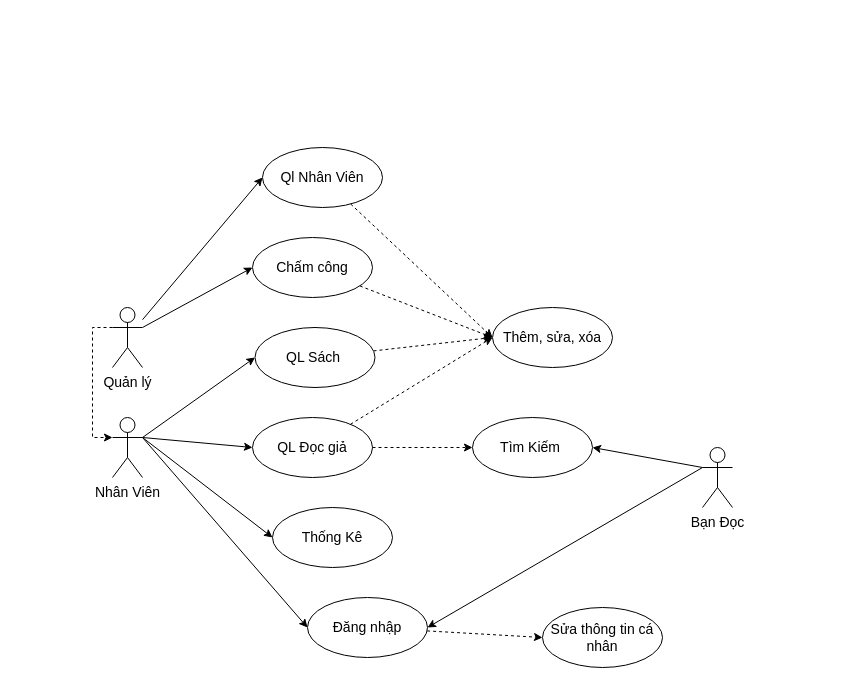
Earlier version of the draw.io diagram Untitled Diagram.drawio (Ho-Nguyen-Quoc/Du_An_1). Source tidied: cells renumbered, new cells numbered last; positions are measured from the earlier drawing's top-left corner, leaving out a move shared by most shapes. Both pictures are drawn from the tidied source at 100%, with x=0, y=0 at pixel (112, 147).
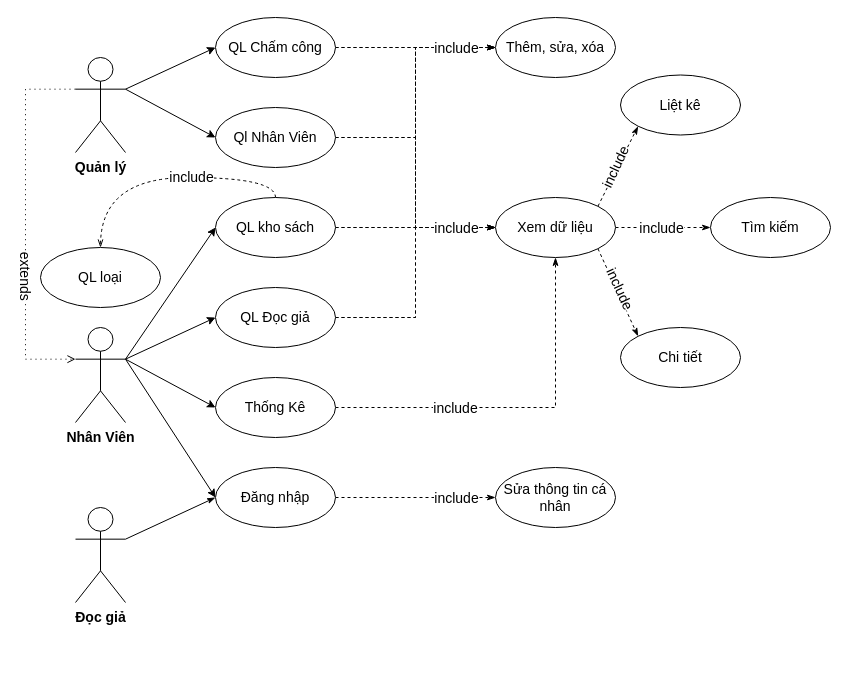
Above is the later version.

Diff of the diagram source:
```diff
@@
-    <mxCell id="2" style="rounded=0;jettySize=auto;html=1;entryX=0;entryY=0.5;entryDx=0;entryDy=0;labelBackgroundColor=default;fontColor=default;strokeColor=default;exitX=1;exitY=0.3333333333333333;exitDx=0;exitDy=0;exitPerimeter=0;" parent="1" edge="1" source="4" target="9">
+    <mxCell id="2" style="rounded=0;jettySize=auto;html=1;entryX=0;entryY=0.5;entryDx=0;entryDy=0;labelBackgroundColor=default;fontColor=default;strokeColor=default;exitX=1;exitY=0.3333333333333333;exitDx=0;exitDy=0;exitPerimeter=0;fontSize=14;" parent="1" edge="1" source="4" target="9">
       <mxGeometry relative="1" as="geometry" />
     </mxCell>
@@
-    <mxCell id="4" value="Nhân Viên" style="shape=umlActor;verticalLabelPosition=bottom;verticalAlign=top;html=1;fillColor=default;strokeColor=default;fontColor=default;fontSize=14;" parent="1" vertex="1">
-      <mxGeometry y="270" width="30" height="60" as="geometry" />
+    <mxCell id="4" value="Nhân Viên" style="shape=umlActor;verticalLabelPosition=bottom;verticalAlign=top;html=1;fillColor=default;strokeColor=default;fontColor=default;fontSize=14;fontStyle=1;" parent="1" vertex="1">
+      <mxGeometry x="-37" y="180" width="50" height="95" as="geometry" />
     </mxCell>
-    <mxCell id="5" style="edgeStyle=none;rounded=0;jettySize=auto;html=1;exitX=0;exitY=0.3333333333333333;exitDx=0;exitDy=0;exitPerimeter=0;fontSize=14;entryX=1;entryY=0.5;entryDx=0;entryDy=0;" parent="1" edge="1" source="7" target="13">
-      <mxGeometry relative="1" as="geometry" />
-    </mxCell>
-    <mxCell id="6" style="edgeStyle=none;rounded=0;jettySize=auto;html=1;exitX=0;exitY=0.3333333333333333;exitDx=0;exitDy=0;exitPerimeter=0;entryX=1;entryY=0.5;entryDx=0;entryDy=0;fontSize=14;" parent="1" edge="1" source="7" target="20">
+    <mxCell id="6" style="edgeStyle=none;rounded=0;jettySize=auto;html=1;exitX=1;exitY=0.3333333333333333;exitDx=0;exitDy=0;exitPerimeter=0;entryX=0;entryY=0.5;entryDx=0;entryDy=0;fontSize=14;endArrow=classicThin;endFill=1;" parent="1" edge="1" source="7" target="20">
       <mxGeometry relative="1" as="geometry" />
     </mxCell>
-    <mxCell id="7" value="Bạn Đọc" style="shape=umlActor;verticalLabelPosition=bottom;verticalAlign=top;html=1;fillColor=default;strokeColor=default;fontColor=default;fontSize=14;" parent="1" vertex="1">
-      <mxGeometry x="590" y="300" width="30" height="60" as="geometry" />
+    <mxCell id="7" value="Đọc giả" style="shape=umlActor;verticalLabelPosition=bottom;verticalAlign=top;html=1;fillColor=default;strokeColor=default;fontColor=default;fontSize=14;fontStyle=1;" parent="1" vertex="1">
+      <mxGeometry x="-37" y="360" width="50" height="95" as="geometry" />
     </mxCell>
-    <mxCell id="8" style="edgeStyle=none;rounded=0;jettySize=auto;html=1;entryX=0;entryY=0.5;entryDx=0;entryDy=0;dashed=1;fontSize=14;" parent="1" edge="1" source="9" target="27">
+    <mxCell id="8" style="edgeStyle=orthogonalEdgeStyle;rounded=0;jettySize=auto;html=1;entryX=0;entryY=0.5;entryDx=0;entryDy=0;dashed=1;fontSize=14;endArrow=classicThin;endFill=1;" parent="1" edge="1" source="9" target="27">
       <mxGeometry relative="1" as="geometry" />
     </mxCell>
+    <mxCell id="29" style="edgeStyle=orthogonalEdgeStyle;rounded=0;jettySize=auto;html=1;entryX=0;entryY=0.5;entryDx=0;entryDy=0;dashed=1;fontSize=14;endArrow=classicThin;endFill=1;" parent="1" edge="1" source="9" target="13">
+      <mxGeometry relative="1" as="geometry" />
+    </mxCell>
+    <mxCell id="30" style="edgeStyle=orthogonalEdgeStyle;rounded=0;jumpSize=16;jettySize=auto;html=1;exitX=0.5;exitY=0;exitDx=0;exitDy=0;entryX=0.5;entryY=0;entryDx=0;entryDy=0;dashed=1;fontSize=14;endArrow=openThin;endFill=0;curved=1;" parent="1" edge="1" source="9" target="50">
+      <mxGeometry relative="1" as="geometry" />
+    </mxCell>
+    <mxCell id="31" value="include" style="edgeLabel;html=1;align=center;verticalAlign=middle;fontSize=14;" parent="30" vertex="1">
+      <mxGeometry x="0.22" y="-1" relative="1" as="geometry">
+        <mxPoint x="57" as="offset" />
+      </mxGeometry>
+    </mxCell>
-    <mxCell id="9" value="QL Sách&amp;nbsp;" style="ellipse;whiteSpace=wrap;html=1;fontColor=default;strokeColor=default;fillColor=default;fontSize=14;" parent="1" vertex="1">
-      <mxGeometry x="142.5" y="180" width="120" height="60" as="geometry" />
+    <mxCell id="9" value="QL kho sách" style="ellipse;whiteSpace=wrap;html=1;fontColor=default;strokeColor=default;fillColor=default;fontSize=14;" parent="1" vertex="1">
+      <mxGeometry x="103" y="50" width="120" height="60" as="geometry" />
     </mxCell>
-    <mxCell id="10" style="edgeStyle=none;rounded=0;jettySize=auto;html=1;entryX=0;entryY=0.5;entryDx=0;entryDy=0;dashed=1;fontSize=14;" parent="1" edge="1" source="11" target="27">
+    <mxCell id="10" style="edgeStyle=orthogonalEdgeStyle;rounded=0;jettySize=auto;html=1;entryX=0;entryY=0.5;entryDx=0;entryDy=0;dashed=1;fontSize=14;endArrow=classicThin;endFill=1;" parent="1" edge="1" source="11" target="27">
       <mxGeometry relative="1" as="geometry" />
     </mxCell>
+    <mxCell id="12" style="edgeStyle=orthogonalEdgeStyle;rounded=0;jettySize=auto;html=1;entryX=0;entryY=0.5;entryDx=0;entryDy=0;dashed=1;fontSize=14;endArrow=classicThin;endFill=1;" parent="1" edge="1" source="11" target="13">
+      <mxGeometry relative="1" as="geometry" />
+    </mxCell>
     <mxCell id="11" value="QL Đọc giả" style="ellipse;whiteSpace=wrap;html=1;fontColor=default;strokeColor=default;fillColor=default;fontSize=14;" parent="1" vertex="1">
-      <mxGeometry x="140" y="270" width="120" height="60" as="geometry" />
+      <mxGeometry x="103" y="140" width="120" height="60" as="geometry" />
     </mxCell>
-    <mxCell id="12" style="edgeStyle=none;rounded=0;jettySize=auto;html=1;exitX=1;exitY=0.5;exitDx=0;exitDy=0;dashed=1;fontSize=14;" parent="1" edge="1" source="11" target="13">
-      <mxGeometry relative="1" as="geometry" />
-    </mxCell>
+    <mxCell id="32" style="rounded=0;jettySize=auto;html=1;dashed=1;endArrow=classicThin;endFill=1;fontSize=14;" parent="1" edge="1" source="13" target="47">
+      <mxGeometry relative="1" as="geometry" />
+    </mxCell>
+    <mxCell id="33" value="include" style="edgeLabel;html=1;align=center;verticalAlign=middle;fontSize=14;" parent="32" vertex="1">
+      <mxGeometry x="-0.41" y="1" relative="1" as="geometry">
+        <mxPoint x="17" y="1" as="offset" />
+      </mxGeometry>
+    </mxCell>
+    <mxCell id="34" style="rounded=0;jettySize=auto;html=1;exitX=1;exitY=0;exitDx=0;exitDy=0;entryX=0;entryY=1;entryDx=0;entryDy=0;dashed=1;endArrow=classicThin;endFill=1;fontSize=14;" parent="1" edge="1" source="13" target="48">
+      <mxGeometry relative="1" as="geometry" />
+    </mxCell>
+    <mxCell id="35" value="include" style="edgeLabel;html=1;align=center;verticalAlign=middle;fontSize=14;rotation=-65;" parent="34" vertex="1">
+      <mxGeometry x="-0.29" y="-2" relative="1" as="geometry">
+        <mxPoint x="1" y="-11" as="offset" />
+      </mxGeometry>
+    </mxCell>
+    <mxCell id="36" style="rounded=0;jumpSize=16;jettySize=auto;html=1;exitX=1;exitY=1;exitDx=0;exitDy=0;entryX=0;entryY=0;entryDx=0;entryDy=0;fontSize=14;endArrow=classicThin;endFill=1;dashed=1;" parent="1" edge="1" source="13" target="49">
+      <mxGeometry relative="1" as="geometry" />
+    </mxCell>
+    <mxCell id="37" value="include" style="edgeLabel;html=1;align=center;verticalAlign=middle;fontSize=14;rotation=65;" parent="36" vertex="1">
+      <mxGeometry x="-0.43" y="-1" relative="1" as="geometry">
+        <mxPoint x="12" y="14" as="offset" />
+      </mxGeometry>
+    </mxCell>
-    <mxCell id="13" value="Tìm Kiếm&amp;nbsp;" style="ellipse;whiteSpace=wrap;html=1;fontColor=default;strokeColor=default;fillColor=default;fontSize=14;" parent="1" vertex="1">
-      <mxGeometry x="360" y="270" width="120" height="60" as="geometry" />
+    <mxCell id="13" value="Xem dữ liệu" style="ellipse;whiteSpace=wrap;html=1;fontColor=default;strokeColor=default;fillColor=default;fontSize=14;" parent="1" vertex="1">
+      <mxGeometry x="383" y="50" width="120" height="60" as="geometry" />
     </mxCell>
+    <mxCell id="38" style="edgeStyle=orthogonalEdgeStyle;rounded=0;jumpSize=16;jettySize=auto;html=1;entryX=0.5;entryY=1;entryDx=0;entryDy=0;dashed=1;fontSize=14;endArrow=classicThin;endFill=1;" parent="1" edge="1" source="14" target="13">
+      <mxGeometry relative="1" as="geometry" />
+    </mxCell>
+    <mxCell id="39" value="include" style="edgeLabel;html=1;align=center;verticalAlign=middle;fontSize=14;" parent="38" vertex="1">
+      <mxGeometry x="-0.28" y="-1" relative="1" as="geometry">
+        <mxPoint x="-14" y="-1" as="offset" />
+      </mxGeometry>
+    </mxCell>
     <mxCell id="14" value="Thống Kê" style="ellipse;whiteSpace=wrap;html=1;fontColor=default;strokeColor=default;fillColor=default;fontSize=14;" parent="1" vertex="1">
-      <mxGeometry x="160" y="360" width="120" height="60" as="geometry" />
+      <mxGeometry x="103" y="230" width="120" height="60" as="geometry" />
     </mxCell>
-    <mxCell id="15" style="edgeStyle=none;rounded=0;jettySize=auto;html=1;entryX=0;entryY=0.5;entryDx=0;entryDy=0;dashed=1;fontSize=14;" parent="1" edge="1" source="16" target="27">
+    <mxCell id="15" style="edgeStyle=orthogonalEdgeStyle;rounded=0;jettySize=auto;html=1;entryX=0;entryY=0.5;entryDx=0;entryDy=0;dashed=1;fontSize=14;endArrow=classicThin;endFill=1;" parent="1" edge="1" source="16" target="27">
       <mxGeometry relative="1" as="geometry" />
     </mxCell>
+    <mxCell id="40" style="edgeStyle=orthogonalEdgeStyle;rounded=0;jettySize=auto;html=1;entryX=0;entryY=0.5;entryDx=0;entryDy=0;dashed=1;fontSize=14;endArrow=classicThin;endFill=1;" parent="1" edge="1" source="16" target="13">
+      <mxGeometry relative="1" as="geometry" />
+    </mxCell>
     <mxCell id="16" value="Ql Nhân Viên" style="ellipse;whiteSpace=wrap;html=1;fontColor=default;strokeColor=default;fillColor=default;fontSize=14;" parent="1" vertex="1">
-      <mxGeometry x="150" width="120" height="60" as="geometry" />
+      <mxGeometry x="103" y="-40" width="120" height="60" as="geometry" />
     </mxCell>
-    <mxCell id="17" style="rounded=0;jettySize=auto;html=1;entryX=0;entryY=0.5;entryDx=0;entryDy=0;labelBackgroundColor=default;fontColor=default;strokeColor=default;exitX=1;exitY=0.3333333333333333;exitDx=0;exitDy=0;exitPerimeter=0;" parent="1" edge="1" source="4" target="11">
+    <mxCell id="17" style="rounded=0;jettySize=auto;html=1;entryX=0;entryY=0.5;entryDx=0;entryDy=0;labelBackgroundColor=default;fontColor=default;strokeColor=default;exitX=1;exitY=0.3333333333333333;exitDx=0;exitDy=0;exitPerimeter=0;fontSize=14;" parent="1" edge="1" source="4" target="11">
       <mxGeometry relative="1" as="geometry" />
     </mxCell>
-    <mxCell id="18" style="rounded=0;jettySize=auto;html=1;entryX=0;entryY=0.5;entryDx=0;entryDy=0;labelBackgroundColor=default;fontColor=default;strokeColor=default;exitX=1;exitY=0.3333333333333333;exitDx=0;exitDy=0;exitPerimeter=0;" parent="1" edge="1" source="4" target="14">
+    <mxCell id="18" style="rounded=0;jettySize=auto;html=1;entryX=0;entryY=0.5;entryDx=0;entryDy=0;labelBackgroundColor=default;fontColor=default;strokeColor=default;exitX=1;exitY=0.3333333333333333;exitDx=0;exitDy=0;exitPerimeter=0;fontSize=14;" parent="1" edge="1" source="4" target="14">
       <mxGeometry relative="1" as="geometry" />
     </mxCell>
-    <mxCell id="19" style="edgeStyle=none;rounded=0;jettySize=auto;html=1;entryX=0;entryY=0.5;entryDx=0;entryDy=0;dashed=1;fontSize=14;" parent="1" edge="1" source="20" target="28">
+    <mxCell id="19" style="edgeStyle=none;rounded=0;jettySize=auto;html=1;entryX=0;entryY=0.5;entryDx=0;entryDy=0;dashed=1;fontSize=14;endArrow=classicThin;endFill=1;" parent="1" edge="1" source="20" target="28">
       <mxGeometry relative="1" as="geometry" />
     </mxCell>
+    <mxCell id="41" value="include" style="edgeLabel;html=1;align=center;verticalAlign=middle;fontSize=14;" parent="19" vertex="1">
+      <mxGeometry x="0.33" y="1" relative="1" as="geometry">
+        <mxPoint x="14" y="1" as="offset" />
+      </mxGeometry>
+    </mxCell>
     <mxCell id="20" value="Đăng nhập" style="ellipse;whiteSpace=wrap;html=1;fontColor=default;strokeColor=default;fillColor=default;fontSize=14;" parent="1" vertex="1">
-      <mxGeometry x="195" y="450" width="120" height="60" as="geometry" />
+      <mxGeometry x="103" y="320" width="120" height="60" as="geometry" />
     </mxCell>
-    <mxCell id="21" style="rounded=0;jettySize=auto;html=1;entryX=0;entryY=0.5;entryDx=0;entryDy=0;dashed=1;fontSize=14;" parent="1" edge="1" source="22" target="27">
+    <mxCell id="21" style="edgeStyle=orthogonalEdgeStyle;rounded=0;jettySize=auto;html=1;entryX=0;entryY=0.5;entryDx=0;entryDy=0;dashed=1;fontSize=14;endArrow=classicThin;endFill=1;" parent="1" edge="1" source="22" target="27">
       <mxGeometry relative="1" as="geometry" />
     </mxCell>
+    <mxCell id="42" value="include" style="edgeLabel;html=1;align=center;verticalAlign=middle;fontSize=14;" parent="21" vertex="1">
+      <mxGeometry x="0.51" relative="1" as="geometry">
+        <mxPoint x="-1" as="offset" />
+      </mxGeometry>
+    </mxCell>
+    <mxCell id="43" style="edgeStyle=orthogonalEdgeStyle;rounded=0;jettySize=auto;html=1;entryX=0;entryY=0.5;entryDx=0;entryDy=0;dashed=1;fontSize=14;endArrow=classicThin;endFill=1;" parent="1" edge="1" source="22" target="13">
+      <mxGeometry relative="1" as="geometry" />
+    </mxCell>
+    <mxCell id="44" value="include" style="edgeLabel;html=1;align=center;verticalAlign=middle;fontSize=14;" parent="43" vertex="1">
+      <mxGeometry x="0.6" relative="1" as="geometry">
+        <mxPoint x="28" as="offset" />
+      </mxGeometry>
+    </mxCell>
-    <mxCell id="22" value="Chấm công" style="ellipse;whiteSpace=wrap;html=1;fontColor=default;strokeColor=default;fillColor=default;fontSize=14;" parent="1" vertex="1">
-      <mxGeometry x="140" y="90" width="120" height="60" as="geometry" />
+    <mxCell id="22" value="QL Chấm công" style="ellipse;whiteSpace=wrap;html=1;fontColor=default;strokeColor=default;fillColor=default;fontSize=14;" parent="1" vertex="1">
+      <mxGeometry x="103" y="-130" width="120" height="60" as="geometry" />
     </mxCell>
-    <mxCell id="23" style="rounded=0;jettySize=auto;html=1;entryX=0;entryY=0.5;entryDx=0;entryDy=0;fontSize=14;" parent="1" edge="1" source="26" target="16">
+    <mxCell id="23" style="rounded=0;jettySize=auto;html=1;entryX=0;entryY=0.5;entryDx=0;entryDy=0;fontSize=14;exitX=1;exitY=0.3333333333333333;exitDx=0;exitDy=0;exitPerimeter=0;" parent="1" edge="1" source="26" target="16">
       <mxGeometry relative="1" as="geometry" />
     </mxCell>
@@
-    <mxCell id="25" style="edgeStyle=orthogonalEdgeStyle;rounded=0;jettySize=auto;html=1;exitX=0;exitY=0.3333333333333333;exitDx=0;exitDy=0;exitPerimeter=0;entryX=0;entryY=0.3333333333333333;entryDx=0;entryDy=0;entryPerimeter=0;fontSize=14;dashed=1;" parent="1" edge="1" source="26" target="4">
-      <mxGeometry relative="1" as="geometry" />
+    <mxCell id="25" style="edgeStyle=orthogonalEdgeStyle;rounded=0;jettySize=auto;html=1;exitX=0;exitY=0.3333333333333333;exitDx=0;exitDy=0;exitPerimeter=0;entryX=0;entryY=0.3333333333333333;entryDx=0;entryDy=0;entryPerimeter=0;fontSize=14;dashed=1;dashPattern=1 4;jumpSize=16;endArrow=open;endFill=0;" parent="1" edge="1" source="26" target="4">
+      <mxGeometry relative="1" as="geometry">
+        <Array as="points">
+          <mxPoint x="-87" y="-58" />
+          <mxPoint x="-87" y="212" />
+        </Array>
+      </mxGeometry>
     </mxCell>
+    <mxCell id="45" value="&lt;p style=&quot;font-size: 14px;&quot;&gt;&lt;br style=&quot;font-size: 14px;&quot;&gt;&lt;/p&gt;" style="edgeLabel;html=1;align=center;verticalAlign=middle;fontSize=14;" parent="25" vertex="1">
+      <mxGeometry x="0.19" y="1" relative="1" as="geometry" />
+    </mxCell>
+    <mxCell id="46" value="extends" style="edgeLabel;html=1;align=center;verticalAlign=middle;fontSize=14;rotation=90;" parent="25" vertex="1">
+      <mxGeometry x="0.14" y="-2" relative="1" as="geometry">
+        <mxPoint x="2" y="25" as="offset" />
+      </mxGeometry>
+    </mxCell>
-    <mxCell id="26" value="Quản lý" style="shape=umlActor;verticalLabelPosition=bottom;verticalAlign=top;html=1;outlineConnect=0;fontSize=14;" parent="1" vertex="1">
-      <mxGeometry y="160" width="30" height="60" as="geometry" />
+    <mxCell id="26" value="Quản lý" style="shape=umlActor;verticalLabelPosition=bottom;verticalAlign=top;html=1;outlineConnect=0;fontSize=14;fontStyle=1;" parent="1" vertex="1">
+      <mxGeometry x="-37" y="-90" width="50" height="95" as="geometry" />
     </mxCell>
     <mxCell id="27" value="Thêm, sửa, xóa" style="ellipse;whiteSpace=wrap;html=1;fontColor=default;strokeColor=default;fillColor=default;fontSize=14;" parent="1" vertex="1">
-      <mxGeometry x="380" y="160" width="120" height="60" as="geometry" />
+      <mxGeometry x="383" y="-130" width="120" height="60" as="geometry" />
     </mxCell>
     <mxCell id="28" value="Sửa thông tin cá nhân" style="ellipse;whiteSpace=wrap;html=1;fontColor=default;strokeColor=default;fillColor=default;fontSize=14;" parent="1" vertex="1">
-      <mxGeometry x="430" y="460" width="120" height="60" as="geometry" />
+      <mxGeometry x="383" y="320" width="120" height="60" as="geometry" />
     </mxCell>
+    <mxCell id="47" value="Tìm kiếm" style="ellipse;whiteSpace=wrap;html=1;fontColor=default;strokeColor=default;fillColor=default;fontSize=14;" parent="1" vertex="1">
+      <mxGeometry x="598" y="50" width="120" height="60" as="geometry" />
+    </mxCell>
+    <mxCell id="48" value="Liệt kê" style="ellipse;whiteSpace=wrap;html=1;fontColor=default;strokeColor=default;fillColor=default;fontSize=14;" parent="1" vertex="1">
+      <mxGeometry x="508" y="-72.5" width="120" height="60" as="geometry" />
+    </mxCell>
+    <mxCell id="49" value="Chi tiết" style="ellipse;whiteSpace=wrap;html=1;fontColor=default;strokeColor=default;fillColor=default;fontSize=14;" parent="1" vertex="1">
+      <mxGeometry x="508" y="180" width="120" height="60" as="geometry" />
+    </mxCell>
+    <mxCell id="50" value="QL loại" style="ellipse;whiteSpace=wrap;html=1;fontColor=default;strokeColor=default;fillColor=default;fontSize=14;" parent="1" vertex="1">
+      <mxGeometry x="-72" y="100" width="120" height="60" as="geometry" />
+    </mxCell>
```
